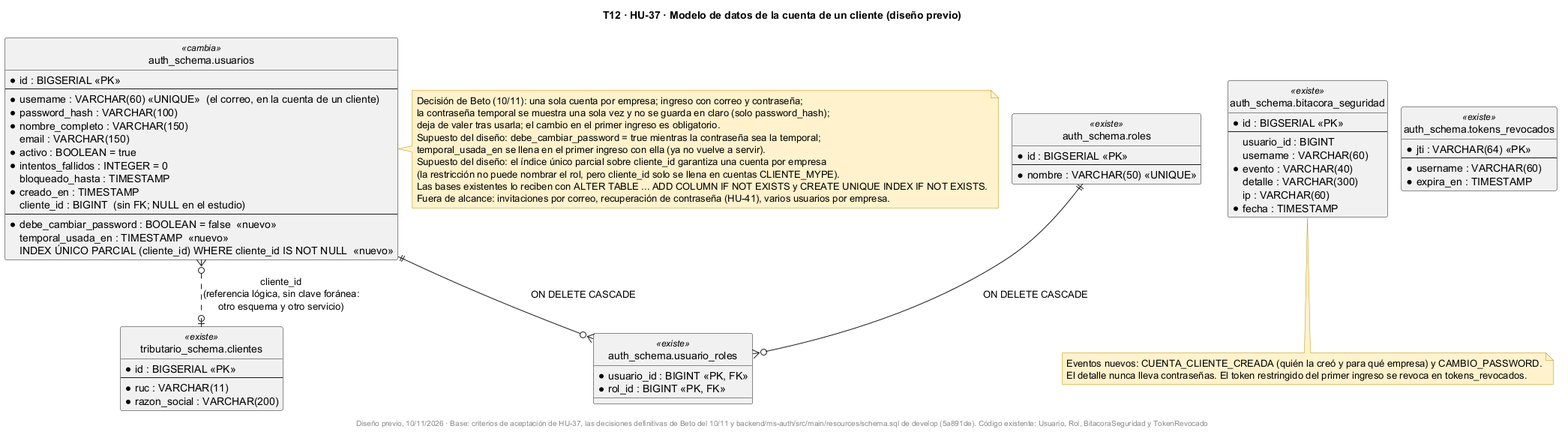
Before: docs/uml/img/T12-HU37-er-cuenta-cliente.png, a diagram exported from PlantUML (fabianrodriguez33/plus-contable). Source of this version:
```plantuml
@startuml
!pragma layout smetana
title T12 · HU-37 · Modelo de datos de la cuenta de un cliente (diseño previo)
skinparam shadowing false
skinparam noteBackgroundColor #FFF2CC
skinparam noteBorderColor #BF9000
hide circle
skinparam linetype ortho

entity "auth_schema.usuarios" as usuarios <<cambia>> {
  * id : BIGSERIAL <<PK>>
  --
  * username : VARCHAR(60) <<UNIQUE>>  (el correo, en la cuenta de un cliente)
  * password_hash : VARCHAR(100)
  * nombre_completo : VARCHAR(150)
  email : VARCHAR(150)
  * activo : BOOLEAN = true
  * intentos_fallidos : INTEGER = 0
  bloqueado_hasta : TIMESTAMP
  * creado_en : TIMESTAMP
  cliente_id : BIGINT  (sin FK; NULL en el estudio)
  --
  * debe_cambiar_password : BOOLEAN = false  <<nuevo>>
  temporal_usada_en : TIMESTAMP  <<nuevo>>
  INDEX ÚNICO PARCIAL (cliente_id) WHERE cliente_id IS NOT NULL  <<nuevo>>
}

entity "auth_schema.roles" as roles <<existe>> {
  * id : BIGSERIAL <<PK>>
  --
  * nombre : VARCHAR(50) <<UNIQUE>>
}

entity "auth_schema.usuario_roles" as usuario_roles <<existe>> {
  * usuario_id : BIGINT <<PK, FK>>
  * rol_id : BIGINT <<PK, FK>>
}

entity "auth_schema.bitacora_seguridad" as bitacora <<existe>> {
  * id : BIGSERIAL <<PK>>
  --
  usuario_id : BIGINT
  username : VARCHAR(60)
  * evento : VARCHAR(40)
  detalle : VARCHAR(300)
  ip : VARCHAR(60)
  * fecha : TIMESTAMP
}

entity "auth_schema.tokens_revocados" as revocados <<existe>> {
  * jti : VARCHAR(64) <<PK>>
  --
  * username : VARCHAR(60)
  * expira_en : TIMESTAMP
}

entity "tributario_schema.clientes" as clientes <<existe>> {
  * id : BIGSERIAL <<PK>>
  --
  * ruc : VARCHAR(11)
  * razon_social : VARCHAR(200)
}

usuarios ||--o{ usuario_roles : ON DELETE CASCADE
roles ||--o{ usuario_roles : ON DELETE CASCADE
usuarios }o..o| clientes : cliente_id\n(referencia lógica, sin clave foránea:\notro esquema y otro servicio)

note right of usuarios
  Decisión de Beto (10/11): una sola cuenta por empresa; ingreso con correo y contraseña;
  la contraseña temporal se muestra una sola vez y no se guarda en claro (solo password_hash);
  deja de valer tras usarla; el cambio en el primer ingreso es obligatorio.
  Supuesto del diseño: debe_cambiar_password = true mientras la contraseña sea la temporal;
  temporal_usada_en se llena en el primer ingreso con ella (ya no vuelve a servir).
  Supuesto del diseño: el índice único parcial sobre cliente_id garantiza una cuenta por empresa
  (la restricción no puede nombrar el rol, pero cliente_id solo se llena en cuentas CLIENTE_MYPE).
  Las bases existentes lo reciben con ALTER TABLE ... ADD COLUMN IF NOT EXISTS y CREATE UNIQUE INDEX IF NOT EXISTS.
  Fuera de alcance: invitaciones por correo, recuperación de contraseña (HU-41), varios usuarios por empresa.
end note

note bottom of bitacora
  Eventos nuevos: CUENTA_CLIENTE_CREADA (quién la creó y para qué empresa) y CAMBIO_PASSWORD.
  El detalle nunca lleva contraseñas. El token restringido del primer ingreso se revoca en tokens_revocados.
end note

footer Diseño previo, 10/11/2026 · Base: criterios de aceptación de HU-37, las decisiones definitivas de Beto del 10/11 y backend/ms-auth/src/main/resources/schema.sql de develop (5a891de). Código existente: Usuario, Rol, BitacoraSeguridad y TokenRevocado
@enduml
```
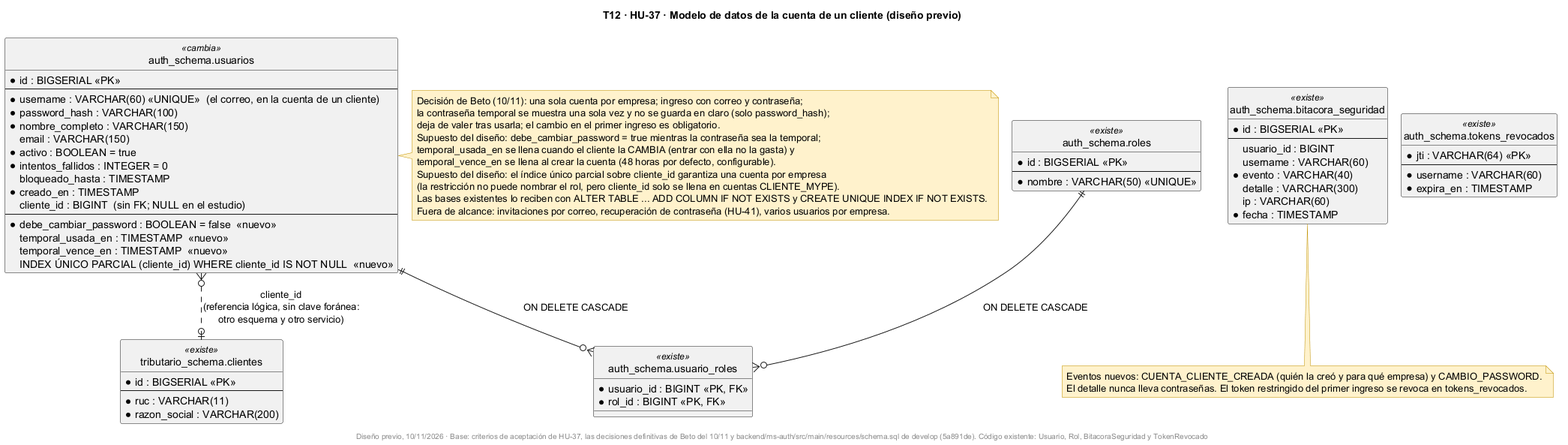
The same diagram one commit later.

Commit message:
HU-37 (T12): los diagramas reflejan que la temporal se gasta al cambiarla, vence a las 48 horas y el token restringido dura 15 minutos

Diff of the diagram source:
```diff
@@ -22,6 +22,7 @@
   --
   * debe_cambiar_password : BOOLEAN = false  <<nuevo>>
   temporal_usada_en : TIMESTAMP  <<nuevo>>
+  temporal_vence_en : TIMESTAMP  <<nuevo>>
   INDEX ÚNICO PARCIAL (cliente_id) WHERE cliente_id IS NOT NULL  <<nuevo>>
 }
 
@@ -70,7 +71,8 @@
   la contraseña temporal se muestra una sola vez y no se guarda en claro (solo password_hash);
   deja de valer tras usarla; el cambio en el primer ingreso es obligatorio.
   Supuesto del diseño: debe_cambiar_password = true mientras la contraseña sea la temporal;
-  temporal_usada_en se llena en el primer ingreso con ella (ya no vuelve a servir).
+  temporal_usada_en se llena cuando el cliente la CAMBIA (entrar con ella no la gasta) y
+  temporal_vence_en se llena al crear la cuenta (48 horas por defecto, configurable).
   Supuesto del diseño: el índice único parcial sobre cliente_id garantiza una cuenta por empresa
   (la restricción no puede nombrar el rol, pero cliente_id solo se llena en cuentas CLIENTE_MYPE).
   Las bases existentes lo reciben con ALTER TABLE ... ADD COLUMN IF NOT EXISTS y CREATE UNIQUE INDEX IF NOT EXISTS.
```
